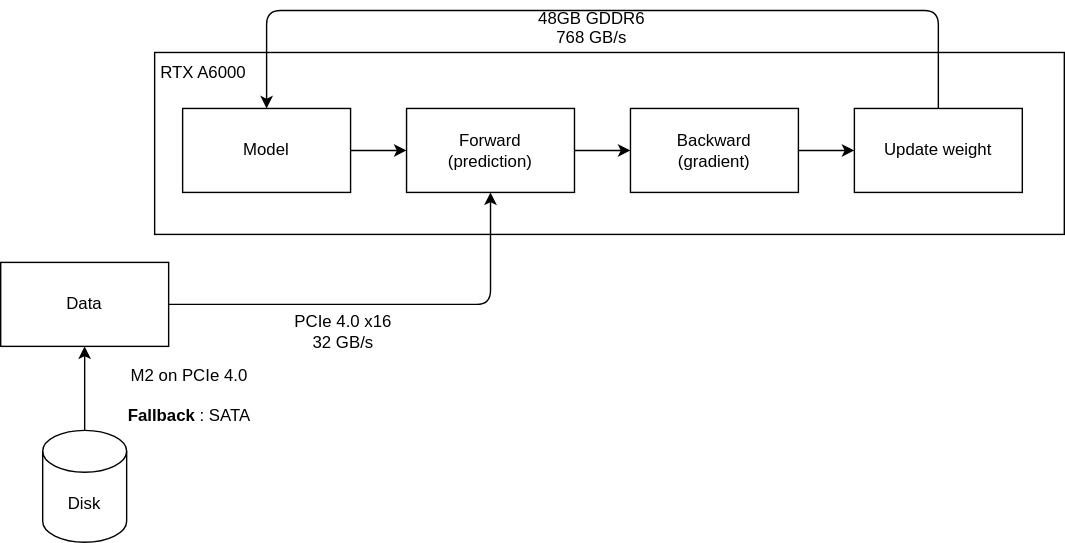
Above: src/pages/hardware/_assets/overview-finetuning-3.drawio.svg in janhq/docs (draw.io), before the change. Source tidied: cells renumbered, new cells last; positions are measured from the earlier drawing's top-left corner, leaving out a move shared by most shapes. Source of this version:
```xml
<mxGraphModel>
  <root>
    <mxCell id="0" />
    <mxCell id="1" parent="0" />
    <mxCell id="2" style="rounded=0;whiteSpace=wrap;html=1;" parent="1" vertex="1">
      <mxGeometry x="110" y="30" width="650" height="130" as="geometry" />
    </mxCell>
    <mxCell id="3" style="edgeStyle=none;html=1;exitX=1;exitY=0.5;exitDx=0;exitDy=0;entryX=0;entryY=0.5;entryDx=0;entryDy=0;" parent="1" edge="1" source="4" target="8">
      <mxGeometry relative="1" as="geometry" />
    </mxCell>
    <mxCell id="4" value="Model" style="rounded=0;whiteSpace=wrap;html=1;" parent="1" vertex="1">
      <mxGeometry x="130" y="70" width="120" height="60" as="geometry" />
    </mxCell>
    <mxCell id="5" style="edgeStyle=none;html=1;exitX=1;exitY=0.5;exitDx=0;exitDy=0;entryX=0.5;entryY=1;entryDx=0;entryDy=0;" parent="1" edge="1" source="6" target="8">
      <mxGeometry relative="1" as="geometry">
        <Array as="points">
          <mxPoint x="350" y="210" />
        </Array>
      </mxGeometry>
    </mxCell>
    <mxCell id="6" value="Data" style="rounded=0;whiteSpace=wrap;html=1;" parent="1" vertex="1">
      <mxGeometry y="180" width="120" height="60" as="geometry" />
    </mxCell>
    <mxCell id="7" style="edgeStyle=none;html=1;exitX=1;exitY=0.5;exitDx=0;exitDy=0;entryX=0;entryY=0.5;entryDx=0;entryDy=0;" parent="1" edge="1" source="8" target="10">
      <mxGeometry relative="1" as="geometry" />
    </mxCell>
    <mxCell id="8" value="Forward &lt;br&gt;(prediction)" style="rounded=0;whiteSpace=wrap;html=1;" parent="1" vertex="1">
      <mxGeometry x="290" y="70" width="120" height="60" as="geometry" />
    </mxCell>
    <mxCell id="9" style="edgeStyle=none;html=1;exitX=1;exitY=0.5;exitDx=0;exitDy=0;entryX=0;entryY=0.5;entryDx=0;entryDy=0;" parent="1" edge="1" source="10" target="12">
      <mxGeometry relative="1" as="geometry" />
    </mxCell>
    <mxCell id="10" value="Backward&lt;br&gt;(gradient)" style="rounded=0;whiteSpace=wrap;html=1;" parent="1" vertex="1">
      <mxGeometry x="450" y="70" width="120" height="60" as="geometry" />
    </mxCell>
    <mxCell id="11" style="edgeStyle=none;html=1;exitX=0.5;exitY=0;exitDx=0;exitDy=0;entryX=0.5;entryY=0;entryDx=0;entryDy=0;" parent="1" edge="1" source="12" target="4">
      <mxGeometry relative="1" as="geometry">
        <Array as="points">
          <mxPoint x="670" />
          <mxPoint x="190" />
        </Array>
      </mxGeometry>
    </mxCell>
    <mxCell id="12" value="Update weight" style="rounded=0;whiteSpace=wrap;html=1;" parent="1" vertex="1">
      <mxGeometry x="610" y="70" width="120" height="60" as="geometry" />
    </mxCell>
    <mxCell id="13" value="PCIe 4.0 x16&lt;br&gt;32 GB/s" style="text;html=1;strokeColor=none;fillColor=none;align=center;verticalAlign=middle;whiteSpace=wrap;rounded=0;" parent="1" vertex="1">
      <mxGeometry x="200" y="210" width="90" height="40" as="geometry" />
    </mxCell>
    <mxCell id="14" value="RTX A6000" style="text;html=1;strokeColor=none;fillColor=none;align=center;verticalAlign=middle;whiteSpace=wrap;rounded=0;" parent="1" vertex="1">
      <mxGeometry x="110" y="30" width="70" height="30" as="geometry" />
    </mxCell>
    <mxCell id="15" value="48GB GDDR6&lt;br&gt;&lt;div&gt;768 GB/s&lt;/div&gt;&lt;div&gt;&lt;br&gt;&lt;/div&gt;" style="text;html=1;strokeColor=none;fillColor=none;align=center;verticalAlign=middle;whiteSpace=wrap;rounded=0;" parent="1" vertex="1">
      <mxGeometry x="360" y="10" width="125" height="20" as="geometry" />
    </mxCell>
    <mxCell id="16" style="edgeStyle=none;html=1;exitX=0.5;exitY=0;exitDx=0;exitDy=0;exitPerimeter=0;entryX=0.5;entryY=1;entryDx=0;entryDy=0;" parent="1" edge="1" source="17" target="6">
      <mxGeometry relative="1" as="geometry" />
    </mxCell>
    <mxCell id="17" value="Disk" style="shape=cylinder3;whiteSpace=wrap;html=1;boundedLbl=1;backgroundOutline=1;size=15;" parent="1" vertex="1">
      <mxGeometry x="30" y="300" width="60" height="80" as="geometry" />
    </mxCell>
    <mxCell id="18" value="M2 on PCIe 4.0&lt;br&gt;&lt;br&gt;&lt;b&gt;Fallback&lt;/b&gt;: SATA" style="text;html=1;strokeColor=none;fillColor=none;align=center;verticalAlign=middle;whiteSpace=wrap;rounded=0;" parent="1" vertex="1">
      <mxGeometry x="70" y="260" width="130" height="30" as="geometry" />
    </mxCell>
  </root>
</mxGraphModel>
```
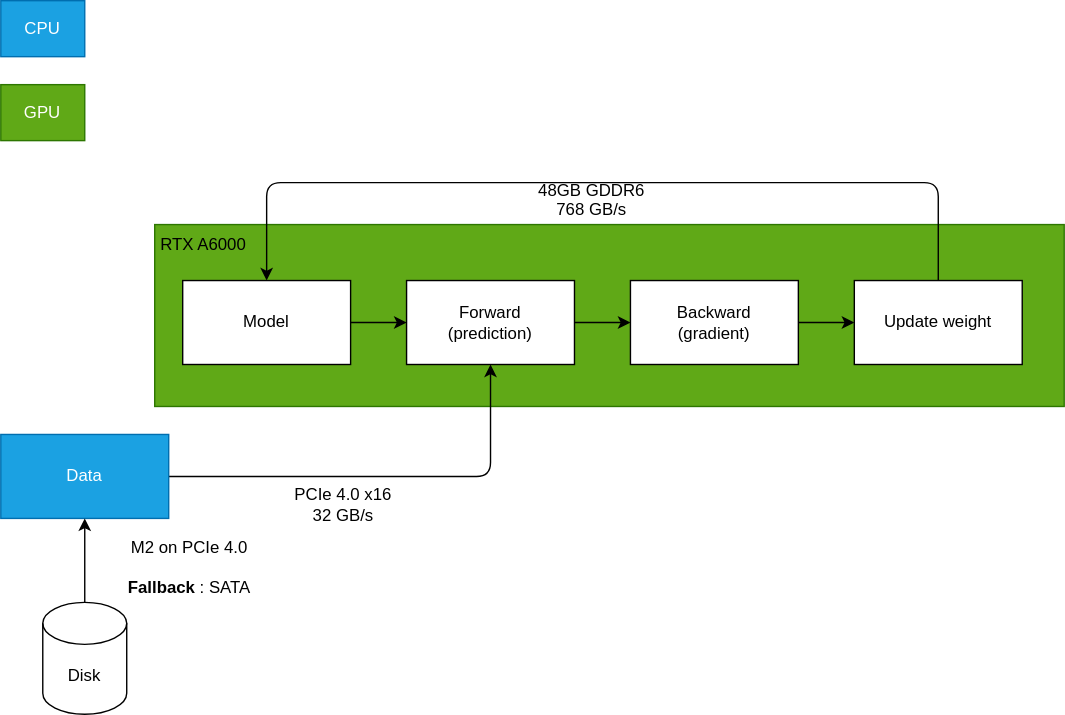
After the change.

The edit, as a diff of the source:
```diff
@@ -2,7 +2,7 @@
   <root>
     <mxCell id="0" />
     <mxCell id="1" parent="0" />
-    <mxCell id="2" style="rounded=0;whiteSpace=wrap;html=1;" parent="1" vertex="1">
+    <mxCell id="2" style="rounded=0;whiteSpace=wrap;html=1;fillColor=#60a917;fontColor=#ffffff;strokeColor=#2D7600;" parent="1" vertex="1">
       <mxGeometry x="110" y="30" width="650" height="130" as="geometry" />
     </mxCell>
     <mxCell id="3" style="edgeStyle=none;html=1;exitX=1;exitY=0.5;exitDx=0;exitDy=0;entryX=0;entryY=0.5;entryDx=0;entryDy=0;" parent="1" edge="1" source="4" target="8">
@@ -18,7 +18,7 @@
         </Array>
       </mxGeometry>
     </mxCell>
-    <mxCell id="6" value="Data" style="rounded=0;whiteSpace=wrap;html=1;" parent="1" vertex="1">
+    <mxCell id="6" value="Data" style="rounded=0;whiteSpace=wrap;html=1;fillColor=#1ba1e2;fontColor=#ffffff;strokeColor=#006EAF;" parent="1" vertex="1">
       <mxGeometry y="180" width="120" height="60" as="geometry" />
     </mxCell>
     <mxCell id="7" style="edgeStyle=none;html=1;exitX=1;exitY=0.5;exitDx=0;exitDy=0;entryX=0;entryY=0.5;entryDx=0;entryDy=0;" parent="1" edge="1" source="8" target="10">
@@ -62,5 +62,11 @@
     <mxCell id="18" value="M2 on PCIe 4.0&lt;br&gt;&lt;br&gt;&lt;b&gt;Fallback&lt;/b&gt;: SATA" style="text;html=1;strokeColor=none;fillColor=none;align=center;verticalAlign=middle;whiteSpace=wrap;rounded=0;" parent="1" vertex="1">
       <mxGeometry x="70" y="260" width="130" height="30" as="geometry" />
     </mxCell>
+    <mxCell id="19" value="CPU" style="rounded=0;whiteSpace=wrap;html=1;fillColor=#1ba1e2;fontColor=#ffffff;strokeColor=#006EAF;" parent="1" vertex="1">
+      <mxGeometry y="-130" width="60" height="40" as="geometry" />
+    </mxCell>
+    <mxCell id="20" value="GPU" style="rounded=0;whiteSpace=wrap;html=1;fillColor=#60a917;fontColor=#ffffff;strokeColor=#2D7600;" parent="1" vertex="1">
+      <mxGeometry y="-70" width="60" height="40" as="geometry" />
+    </mxCell>
   </root>
 </mxGraphModel>
```
